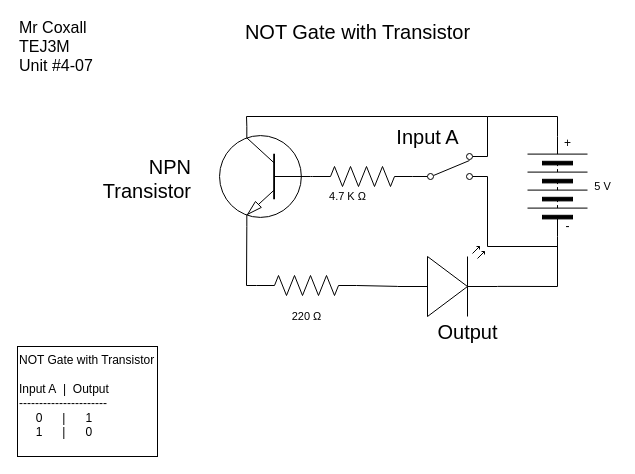
Before: Unit4-07/TEJ3M-Unit4-07.drawio in tej3m1-1-2021/TEJ3M-Unit4, a draw.io diagram. Source tidied: cells renumbered, new cells numbered last; positions are measured from the earlier drawing's top-left corner, leaving out a move shared by most shapes. Both pictures are drawn from the tidied source at 100%, with x=0, y=0 at pixel (17, 21).
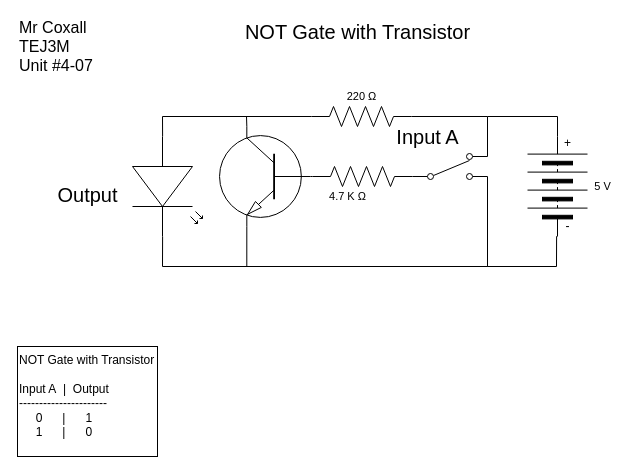
After the change.

Commit message:
NOT with transistor update

The change refers to these unchanged cells:
```xml
<mxCell id="2" style="verticalLabelPosition=bottom;shadow=0;dashed=0;align=center;html=1;verticalAlign=top;shape=mxgraph.electrical.miscellaneous.batteryStack;rotation=-90;" parent="1" vertex="1">
  <mxGeometry x="490" y="135" width="100" height="60" as="geometry" />
</mxCell>
<mxCell id="14" style="verticalLabelPosition=bottom;shadow=0;dashed=0;align=center;html=1;verticalAlign=top;shape=mxgraph.electrical.electro-mechanical.2-way_switch;rotation=0;" parent="1" vertex="1">
  <mxGeometry x="395" y="132" width="75" height="26" as="geometry" />
</mxCell>
<mxCell id="15" value="-" style="text;html=1;align=center;verticalAlign=middle;points=[];strokeColor=none;fillColor=none;" parent="1" vertex="1">
  <mxGeometry x="540" y="195" width="20" height="20" as="geometry" />
</mxCell>
<mxCell id="20" style="verticalLabelPosition=bottom;shadow=0;dashed=0;align=center;html=1;verticalAlign=top;shape=mxgraph.electrical.transistors.npn_transistor_1;fontSize=20;rotation=-180;flipV=1;" parent="1" vertex="1">
  <mxGeometry x="200" y="105" width="95" height="100" as="geometry" />
</mxCell>
```

Diff of the diagram source:
```diff
@@
-    <mxCell id="3" style="edgeStyle=none;rounded=0;html=1;exitX=1;exitY=0.5;exitDx=0;exitDy=0;exitPerimeter=0;entryX=0;entryY=0.57;entryDx=0;entryDy=0;entryPerimeter=0;fontSize=20;endArrow=none;endFill=0;" parent="1" edge="1" source="5" target="7">
-      <mxGeometry relative="1" as="geometry" />
-    </mxCell>
+    <mxCell id="19" style="edgeStyle=none;html=1;exitX=1;exitY=0.5;exitDx=0;exitDy=0;exitPerimeter=0;endArrow=none;endFill=0;" parent="1" edge="1" source="5">
+      <mxGeometry relative="1" as="geometry">
+        <mxPoint x="470" y="95" as="targetPoint" />
+      </mxGeometry>
+    </mxCell>
-    <mxCell id="4" style="edgeStyle=none;html=1;exitX=0;exitY=0.5;exitDx=0;exitDy=0;exitPerimeter=0;endArrow=none;endFill=0;entryX=0.7;entryY=1;entryDx=0;entryDy=0;entryPerimeter=0;rounded=0;" parent="1" edge="1" source="5" target="20">
+    <mxCell id="4" style="edgeStyle=none;html=1;exitX=0;exitY=0.5;exitDx=0;exitDy=0;exitPerimeter=0;entryX=0.7;entryY=0;entryDx=0;entryDy=0;entryPerimeter=0;endArrow=none;endFill=0;rounded=0;" parent="1" edge="1" source="5" target="20">
       <mxGeometry relative="1" as="geometry">
         <Array as="points">
-          <mxPoint x="229" y="264" />
+          <mxPoint x="229" y="95" />
         </Array>
       </mxGeometry>
     </mxCell>
     <mxCell id="5" style="verticalLabelPosition=bottom;shadow=0;dashed=0;align=center;html=1;verticalAlign=top;shape=mxgraph.electrical.resistors.resistor_2;" parent="1" vertex="1">
-      <mxGeometry x="239" y="254" width="100" height="20" as="geometry" />
+      <mxGeometry x="294" y="85" width="100" height="20" as="geometry" />
     </mxCell>
-    <mxCell id="6" style="edgeStyle=none;rounded=0;html=1;exitX=1;exitY=0.57;exitDx=0;exitDy=0;exitPerimeter=0;entryX=0;entryY=0.5;entryDx=0;entryDy=0;fontSize=20;endArrow=none;endFill=0;" parent="1" edge="1" source="7" target="2">
-      <mxGeometry relative="1" as="geometry">
-        <Array as="points">
-          <mxPoint x="540" y="265" />
-        </Array>
-      </mxGeometry>
-    </mxCell>
+    <mxCell id="27" style="edgeStyle=none;rounded=0;html=1;exitX=0;exitY=0.57;exitDx=0;exitDy=0;exitPerimeter=0;endArrow=none;endFill=0;" parent="1" edge="1" source="7">
+      <mxGeometry relative="1" as="geometry">
+        <mxPoint x="230" y="95" as="targetPoint" />
+        <Array as="points">
+          <mxPoint x="145" y="95" />
+        </Array>
+      </mxGeometry>
+    </mxCell>
+    <mxCell id="28" style="edgeStyle=none;rounded=0;html=1;exitX=1;exitY=0.57;exitDx=0;exitDy=0;exitPerimeter=0;endArrow=none;endFill=0;" parent="1" edge="1" source="7">
+      <mxGeometry relative="1" as="geometry">
+        <mxPoint x="470" y="225" as="targetPoint" />
+        <Array as="points">
+          <mxPoint x="145" y="245" />
+          <mxPoint x="470" y="245" />
+        </Array>
+      </mxGeometry>
+    </mxCell>
-    <mxCell id="7" style="verticalLabelPosition=bottom;shadow=0;dashed=0;align=center;html=1;verticalAlign=top;shape=mxgraph.electrical.opto_electronics.led_2;" parent="1" vertex="1">
-      <mxGeometry x="380" y="225" width="100" height="70" as="geometry" />
+    <mxCell id="7" style="verticalLabelPosition=bottom;shadow=0;dashed=0;align=center;html=1;verticalAlign=top;shape=mxgraph.electrical.opto_electronics.led_2;rotation=90;" parent="1" vertex="1">
+      <mxGeometry x="100" y="130" width="100" height="70" as="geometry" />
     </mxCell>
@@
     <mxCell id="9" value="220&amp;nbsp;Ω" style="text;html=1;align=center;verticalAlign=middle;strokeColor=none;fillColor=none;fontSize=11;fontFamily=Helvetica;fontColor=default;" parent="1" vertex="1">
-      <mxGeometry x="264" y="285" width="50" height="20" as="geometry" />
+      <mxGeometry x="319" y="65" width="50" height="20" as="geometry" />
     </mxCell>
@@
-    <mxCell id="13" style="edgeStyle=none;rounded=0;html=1;exitX=1;exitY=0.885;exitDx=0;exitDy=0;exitPerimeter=0;fontSize=20;endArrow=none;endFill=0;" parent="1" edge="1" source="14">
+    <mxCell id="13" style="edgeStyle=none;rounded=0;html=1;exitX=1;exitY=0.885;exitDx=0;exitDy=0;exitPerimeter=0;fontSize=20;endArrow=none;endFill=0;entryX=-0.045;entryY=0.986;entryDx=0;entryDy=0;entryPerimeter=0;" parent="1" edge="1" source="14" target="15">
       <mxGeometry relative="1" as="geometry">
-        <mxPoint x="540" y="225" as="targetPoint" />
         <Array as="points">
-          <mxPoint x="470" y="225" />
+          <mxPoint x="470" y="245" />
+          <mxPoint x="539" y="245" />
         </Array>
       </mxGeometry>
     </mxCell>
@@
-    <mxCell id="19" style="edgeStyle=none;rounded=0;html=1;exitX=0.7;exitY=0;exitDx=0;exitDy=0;exitPerimeter=0;endArrow=none;endFill=0;" parent="1" edge="1" source="20">
-      <mxGeometry relative="1" as="geometry">
-        <mxPoint x="470" y="95" as="targetPoint" />
-        <Array as="points">
-          <mxPoint x="229" y="95" />
-        </Array>
-      </mxGeometry>
-    </mxCell>
+    <mxCell id="29" style="edgeStyle=none;rounded=0;html=1;exitX=0.7;exitY=1;exitDx=0;exitDy=0;exitPerimeter=0;endArrow=none;endFill=0;" parent="1" edge="1" source="20">
+      <mxGeometry relative="1" as="geometry">
+        <mxPoint x="229.3" y="245" as="targetPoint" />
+      </mxGeometry>
+    </mxCell>
@@
-    <mxCell id="25" value="NPN&lt;br&gt;&lt;div&gt;&lt;span&gt;Transistor&lt;/span&gt;&lt;/div&gt;" style="text;html=1;align=right;verticalAlign=middle;strokeColor=none;fillColor=none;fontSize=20;" parent="1" vertex="1">
-      <mxGeometry x="75" y="132" width="100" height="50" as="geometry" />
-    </mxCell>
     <mxCell id="26" value="Output" style="text;html=1;align=center;verticalAlign=middle;strokeColor=none;fillColor=none;fontSize=20;" parent="1" vertex="1">
-      <mxGeometry x="410" y="295" width="80" height="30" as="geometry" />
+      <mxGeometry x="30" y="158" width="80" height="30" as="geometry" />
     </mxCell>
```
